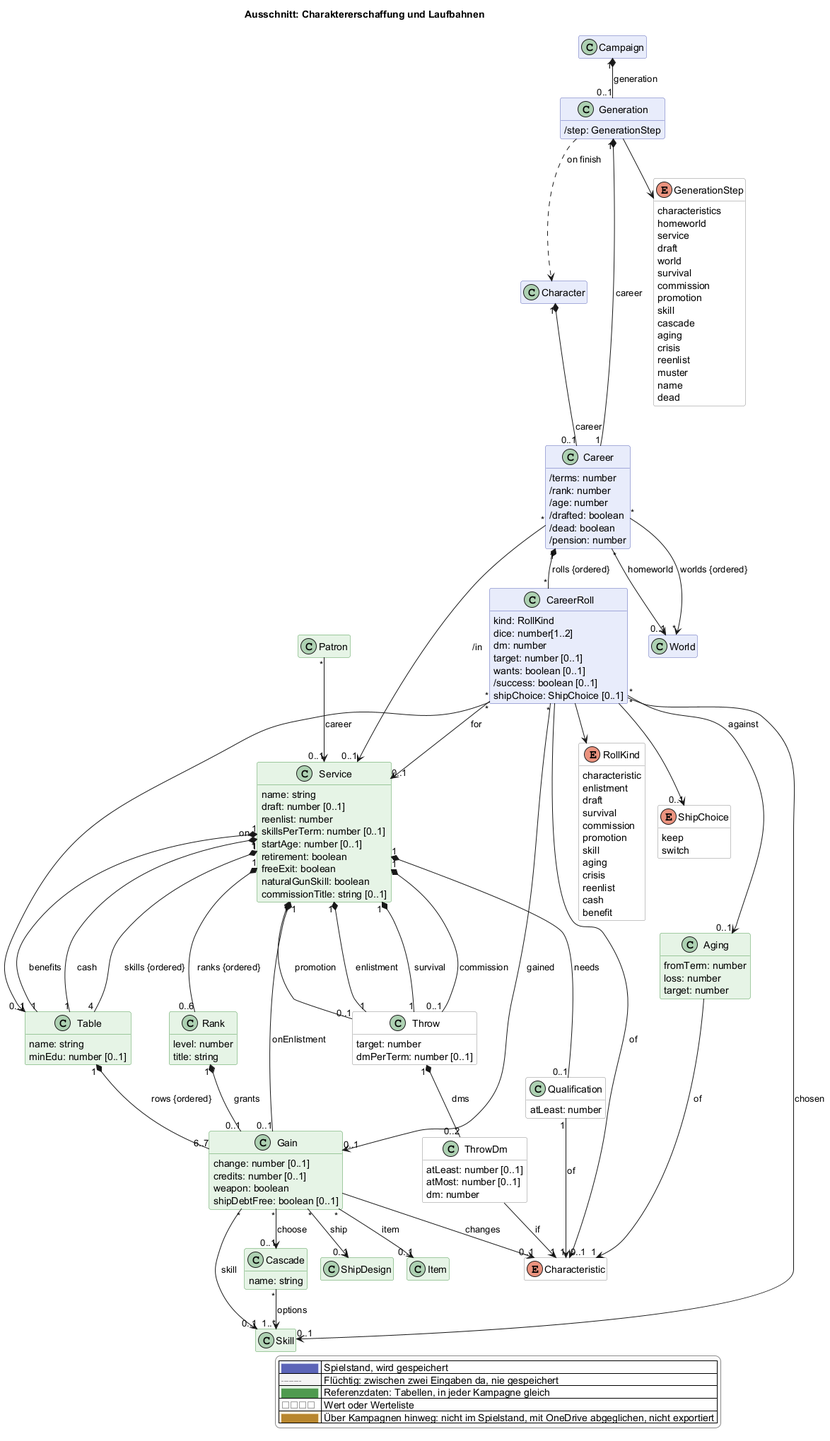
Before: docs/views/erschaffung.png, a diagram exported from PlantUML (scuzzar/SRE).
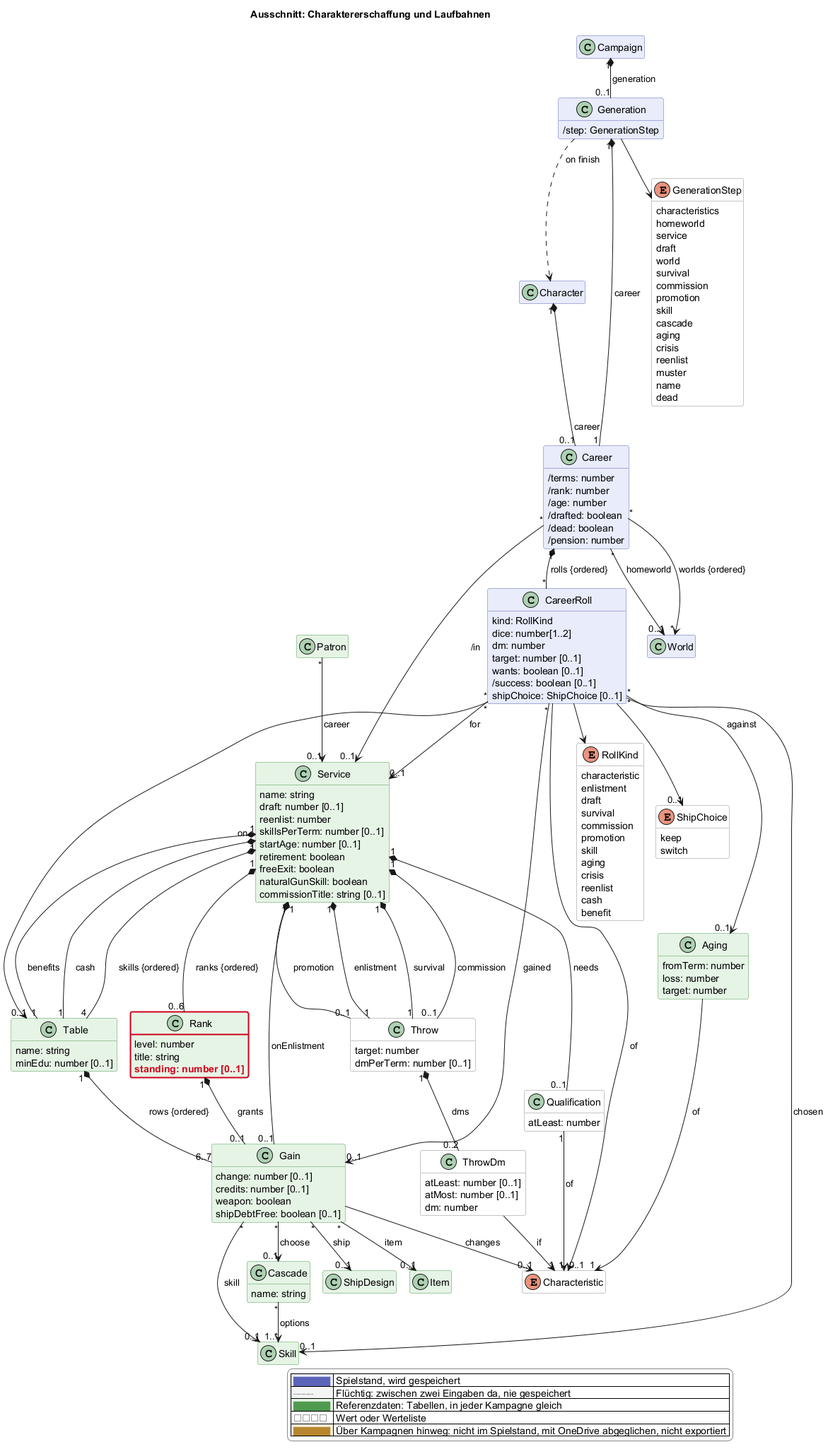
After the change.

Diff of the diagram source:
```diff
@@ -130,6 +130,7 @@
   class Rank <<reference>> $erschaffung {
     level: number
     title: string
+    $new("2026-11-24d", "standing: number [0..1]")
   }
   class Table <<reference>> $erschaffung {
     name: string
@@ -250,4 +251,5 @@
   |<#ffffff> <color:#8a8a8a>□□□□</color> | Wert oder Werteliste |
   |<#fdf1dc> <color:#b8862e>████</color> | Über Kampagnen hinweg: nicht im Spielstand, mit OneDrive abgeglichen, nicht exportiert |
 endlegend
+class Rank #line:d0021b;line.bold
 @enduml
```
